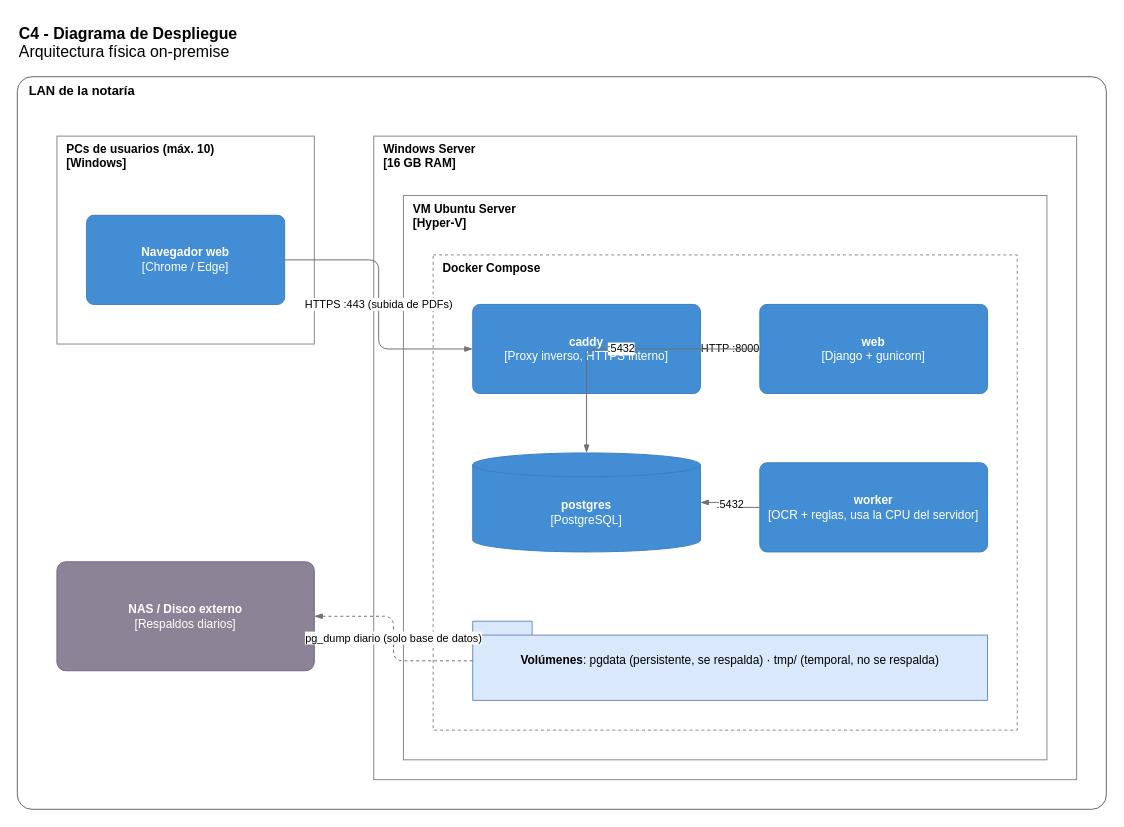
Earlier version of the draw.io diagram page "Despliegue (físico)" (4 of 4) of docs/arquitectura/erp-notarial-c4.drawio (Angello5/confrontador-notarial). Source tidied: cells renumbered, new cells numbered last; positions are measured from the earlier drawing's top-left corner, leaving out a move shared by most shapes. Both pictures are drawn from the tidied source at 99%, with x=0, y=0 at pixel (17, 17).
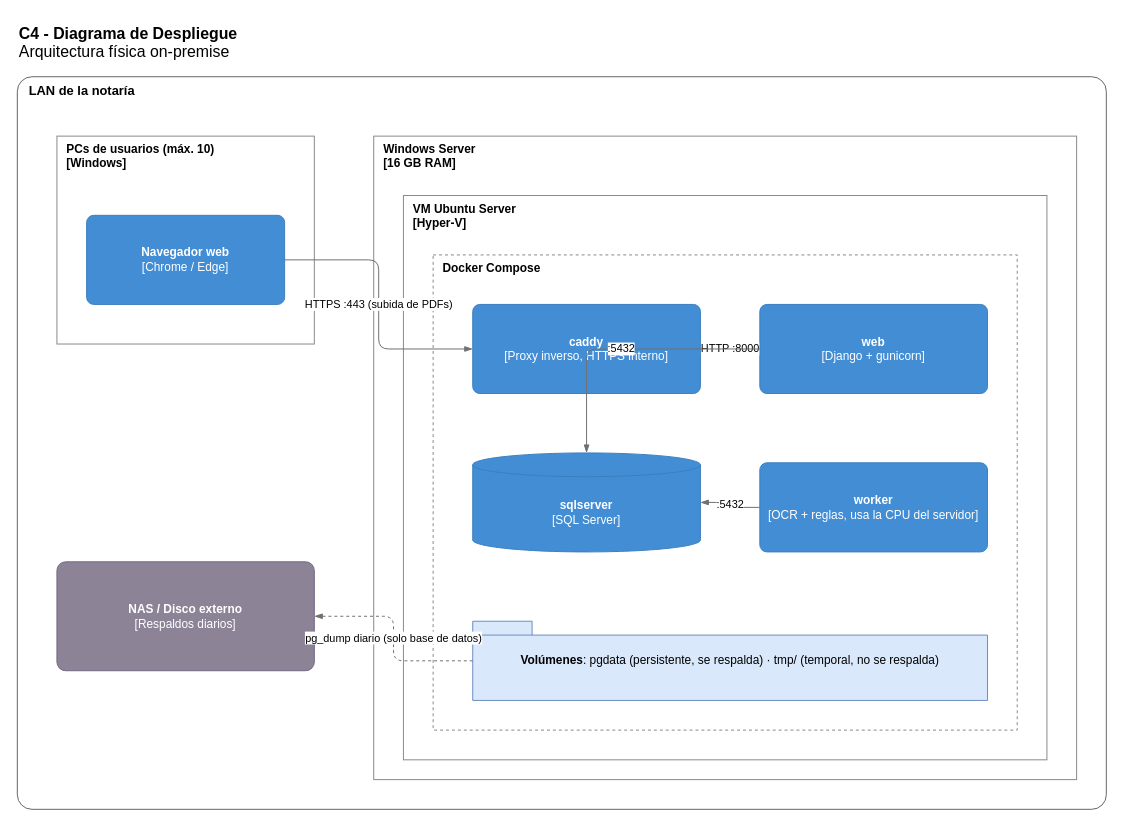
The same page after the edit.

Diff of the diagram source:
```diff
@@
 <mxGraphModel>
   <root>
     <mxCell id="0" />
     <mxCell id="1" parent="0" />
     <mxCell id="2" value="&lt;b&gt;C4 - Diagrama de Despliegue&lt;/b&gt;&lt;br&gt;Arquitectura física on-premise" style="text;html=1;align=left;verticalAlign=top;fontSize=16;" parent="1" vertex="1">
       <mxGeometry width="500" height="50" as="geometry" />
     </mxCell>
     <mxCell id="3" value="LAN de la notaría" style="rounded=1;whiteSpace=wrap;html=1;fillColor=none;strokeColor=#666666;verticalAlign=top;align=left;spacingLeft=10;fontStyle=1;arcSize=2;fontSize=13;" parent="1" vertex="1">
       <mxGeometry y="60" width="1100" height="740" as="geometry" />
     </mxCell>
     <mxCell id="4" value="PCs de usuarios (máx. 10)&lt;br&gt;[Windows]" style="rounded=0;whiteSpace=wrap;html=1;fillColor=none;strokeColor=#888888;verticalAlign=top;align=left;spacingLeft=8;fontStyle=1;fontSize=12;" parent="1" vertex="1">
       <mxGeometry x="40" y="120" width="260" height="210" as="geometry" />
     </mxCell>
     <mxCell id="5" value="&lt;b&gt;Navegador web&lt;/b&gt;&lt;br&gt;[Chrome / Edge]" style="rounded=1;whiteSpace=wrap;html=1;fillColor=#438DD5;fontColor=#ffffff;strokeColor=#3C7FC0;arcSize=8;fontSize=12;" parent="1" vertex="1">
       <mxGeometry x="70" y="200" width="200" height="90" as="geometry" />
     </mxCell>
     <mxCell id="6" value="&lt;b&gt;NAS / Disco externo&lt;/b&gt;&lt;br&gt;[Respaldos diarios]" style="rounded=1;whiteSpace=wrap;html=1;fillColor=#8C8496;fontColor=#ffffff;strokeColor=#736782;arcSize=8;fontSize=12;" parent="1" vertex="1">
       <mxGeometry x="40" y="550" width="260" height="110" as="geometry" />
     </mxCell>
     <mxCell id="7" value="Windows Server&lt;br&gt;[16 GB RAM]" style="rounded=0;whiteSpace=wrap;html=1;fillColor=none;strokeColor=#888888;verticalAlign=top;align=left;spacingLeft=8;fontStyle=1;fontSize=12;" parent="1" vertex="1">
       <mxGeometry x="360" y="120" width="710" height="650" as="geometry" />
     </mxCell>
     <mxCell id="8" value="VM Ubuntu Server&lt;br&gt;[Hyper-V]" style="rounded=0;whiteSpace=wrap;html=1;fillColor=none;strokeColor=#888888;verticalAlign=top;align=left;spacingLeft=8;fontStyle=1;fontSize=12;" parent="1" vertex="1">
       <mxGeometry x="390" y="180" width="650" height="570" as="geometry" />
     </mxCell>
     <mxCell id="9" value="Docker Compose" style="rounded=0;whiteSpace=wrap;html=1;fillColor=none;strokeColor=#888888;verticalAlign=top;align=left;spacingLeft=8;fontStyle=1;fontSize=12;dashed=1;" parent="1" vertex="1">
       <mxGeometry x="420" y="240" width="590" height="480" as="geometry" />
     </mxCell>
     <mxCell id="10" value="&lt;b&gt;caddy&lt;/b&gt;&lt;br&gt;[Proxy inverso, HTTPS interno]" style="rounded=1;whiteSpace=wrap;html=1;fillColor=#438DD5;fontColor=#ffffff;strokeColor=#3C7FC0;arcSize=8;fontSize=12;" parent="1" vertex="1">
       <mxGeometry x="460" y="290" width="230" height="90" as="geometry" />
     </mxCell>
     <mxCell id="11" value="&lt;b&gt;web&lt;/b&gt;&lt;br&gt;[Django + gunicorn]" style="rounded=1;whiteSpace=wrap;html=1;fillColor=#438DD5;fontColor=#ffffff;strokeColor=#3C7FC0;arcSize=8;fontSize=12;" parent="1" vertex="1">
       <mxGeometry x="750" y="290" width="230" height="90" as="geometry" />
     </mxCell>
     <mxCell id="12" value="&lt;b&gt;worker&lt;/b&gt;&lt;br&gt;[OCR + reglas, usa la CPU del servidor]" style="rounded=1;whiteSpace=wrap;html=1;fillColor=#438DD5;fontColor=#ffffff;strokeColor=#3C7FC0;arcSize=8;fontSize=12;" parent="1" vertex="1">
       <mxGeometry x="750" y="450" width="230" height="90" as="geometry" />
     </mxCell>
-    <mxCell id="13" value="&lt;b&gt;postgres&lt;/b&gt;&lt;br&gt;[PostgreSQL]" style="shape=cylinder3;whiteSpace=wrap;html=1;boundedLbl=1;backgroundOutline=1;size=12;fillColor=#438DD5;fontColor=#ffffff;strokeColor=#3C7FC0;fontSize=12;" parent="1" vertex="1">
+    <mxCell id="13" value="&lt;b&gt;sqlserver&lt;/b&gt;&lt;br&gt;[SQL Server]" style="shape=cylinder3;whiteSpace=wrap;html=1;boundedLbl=1;backgroundOutline=1;size=12;fillColor=#438DD5;fontColor=#ffffff;strokeColor=#3C7FC0;fontSize=12;" parent="1" vertex="1">
       <mxGeometry x="460" y="440" width="230" height="100" as="geometry" />
     </mxCell>
     <mxCell id="14" value="&lt;b&gt;Volúmenes&lt;/b&gt;: pgdata (persistente, se respalda) · tmp/ (temporal, no se respalda)" style="shape=folder;whiteSpace=wrap;html=1;tabWidth=60;tabHeight=14;tabPosition=left;fillColor=#dae8fc;strokeColor=#6c8ebf;fontColor=#000000;fontSize=12;" parent="1" vertex="1">
       <mxGeometry x="460" y="610" width="520" height="80" as="geometry" />
     </mxCell>
     <mxCell id="15" value="HTTPS :443 (subida de PDFs)" style="edgeStyle=orthogonalEdgeStyle;rounded=1;html=1;endArrow=blockThin;endFill=1;strokeColor=#707070;fontSize=11;labelBackgroundColor=default;" parent="1" edge="1" source="5" target="10">
       <mxGeometry relative="1" as="geometry" />
     </mxCell>
     <mxCell id="16" value="HTTP :8000" style="edgeStyle=orthogonalEdgeStyle;rounded=1;html=1;endArrow=blockThin;endFill=1;strokeColor=#707070;fontSize=11;labelBackgroundColor=default;" parent="1" edge="1" source="10" target="11">
       <mxGeometry relative="1" as="geometry" />
     </mxCell>
     <mxCell id="17" value=":5432" style="edgeStyle=orthogonalEdgeStyle;rounded=1;html=1;endArrow=blockThin;endFill=1;strokeColor=#707070;fontSize=11;labelBackgroundColor=default;" parent="1" edge="1" source="11" target="13">
       <mxGeometry relative="1" as="geometry" />
     </mxCell>
     <mxCell id="18" value=":5432" style="edgeStyle=orthogonalEdgeStyle;rounded=1;html=1;endArrow=blockThin;endFill=1;strokeColor=#707070;fontSize=11;labelBackgroundColor=default;" parent="1" edge="1" source="12" target="13">
       <mxGeometry relative="1" as="geometry" />
     </mxCell>
     <mxCell id="19" value="pg_dump diario (solo base de datos)" style="edgeStyle=orthogonalEdgeStyle;rounded=1;html=1;endArrow=blockThin;endFill=1;strokeColor=#707070;fontSize=11;labelBackgroundColor=default;dashed=1;" parent="1" edge="1" source="14" target="6">
       <mxGeometry relative="1" as="geometry" />
     </mxCell>
   </root>
 </mxGraphModel>
```
